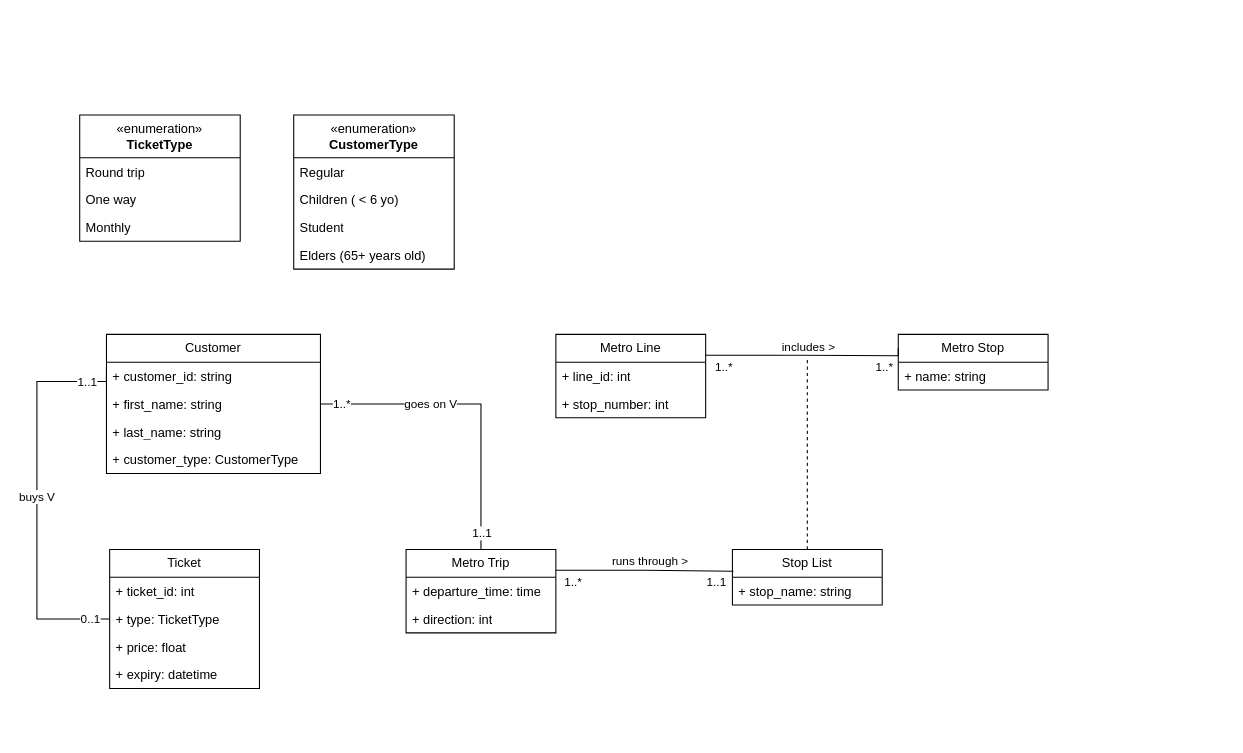
Before: page "UML" (1 of 2) of metro_project.drawio in emochivo/the_metro_project, a draw.io diagram. Source tidied: cells renumbered, new cells numbered last; positions are measured from the earlier drawing's top-left corner, leaving out a move shared by most shapes. Both pictures are drawn from the tidied source at 107%, with x=0, y=0 at pixel (36, 114).
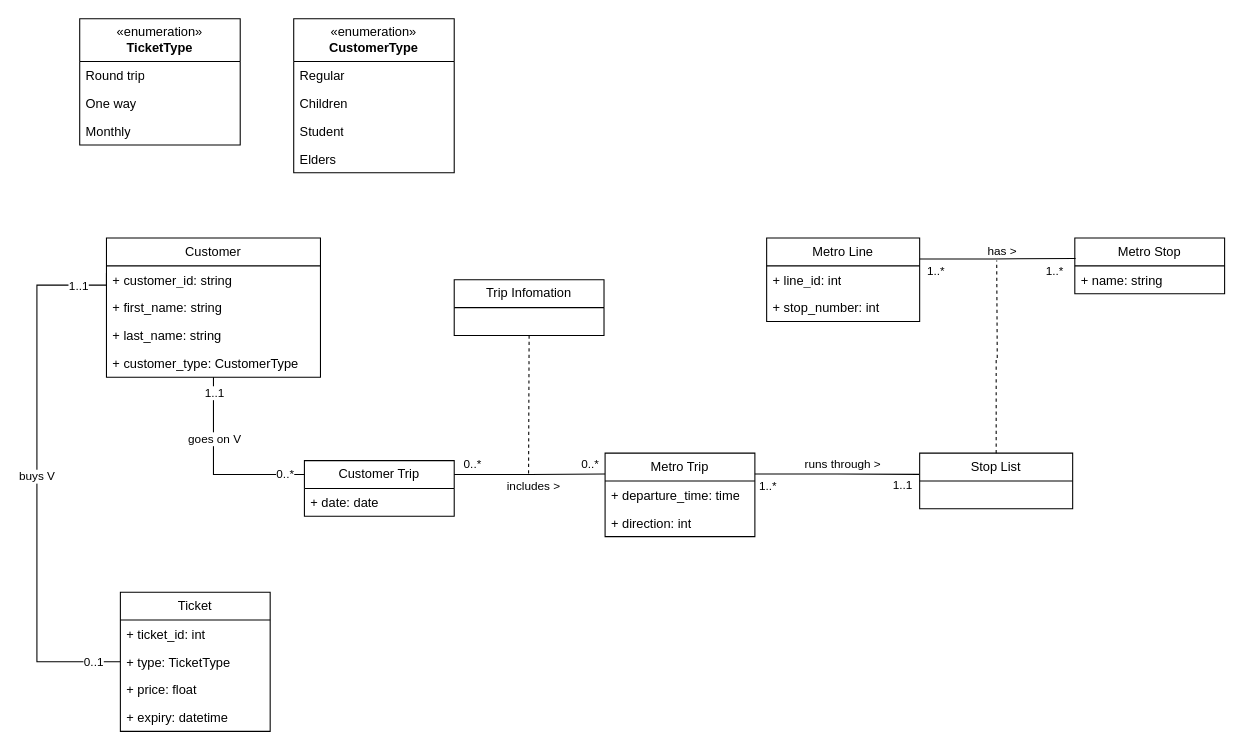
Above is the later version.

The change refers to these unchanged cells:
```xml
<mxCell id="8" value="+ first_name: string" style="text;strokeColor=none;fillColor=none;align=left;verticalAlign=top;spacingLeft=4;spacingRight=4;overflow=hidden;points=[[0,0.5],[1,0.5]];portConstraint=eastwest;whiteSpace=wrap;html=1;" parent="6" vertex="1">
  <mxGeometry y="52" width="200" height="26" as="geometry" />
</mxCell>
<mxCell id="22" value="+ type: TicketType" style="text;strokeColor=none;fillColor=none;align=left;verticalAlign=top;spacingLeft=4;spacingRight=4;overflow=hidden;points=[[0,0.5],[1,0.5]];portConstraint=eastwest;whiteSpace=wrap;html=1;" parent="20" vertex="1">
  <mxGeometry y="52" width="140" height="26" as="geometry" />
</mxCell>
```

The edit, as a diff of the source:
```diff
@@
     <mxCell id="2" style="edgeStyle=orthogonalEdgeStyle;rounded=0;jettySize=auto;html=1;exitX=0;exitY=0.25;exitDx=0;exitDy=0;entryX=0;entryY=0.5;entryDx=0;entryDy=0;endArrow=none;endFill=0;" parent="1" edge="1" source="6" target="22">
       <mxGeometry relative="1" as="geometry">
         <Array as="points">
-          <mxPoint x="65" y="249" />
-          <mxPoint y="249" />
-          <mxPoint y="471" />
+          <mxPoint x="65" y="159" />
+          <mxPoint y="159" />
+          <mxPoint y="511" />
         </Array>
       </mxGeometry>
     </mxCell>
@@
+    <mxCell id="48" style="edgeStyle=orthogonalEdgeStyle;rounded=0;jettySize=auto;html=1;exitX=0.5;exitY=1;exitDx=0;exitDy=0;entryX=0;entryY=0.25;entryDx=0;entryDy=0;endArrow=none;endFill=0;" parent="1" edge="1" source="6" target="53">
+      <mxGeometry relative="1" as="geometry" />
+    </mxCell>
+    <mxCell id="49" value="0..*" style="edgeLabel;html=1;align=center;verticalAlign=middle;" parent="48" vertex="1">
+      <mxGeometry x="0.78" y="1" relative="1" as="geometry" />
+    </mxCell>
+    <mxCell id="42" value="1..1" style="edgeLabel;html=1;align=center;verticalAlign=middle;" parent="48" vertex="1">
+      <mxGeometry x="-0.86" relative="1" as="geometry">
+        <mxPoint y="2" as="offset" />
+      </mxGeometry>
+    </mxCell>
+    <mxCell id="43" value="goes on V" style="edgeLabel;html=1;align=center;verticalAlign=middle;" parent="48" vertex="1">
+      <mxGeometry x="-0.35" relative="1" as="geometry" />
+    </mxCell>
     <mxCell id="6" value="Customer" style="swimlane;fontStyle=0;horizontal=1;startSize=26;fillColor=none;whiteSpace=wrap;html=1;" parent="1" vertex="1">
-      <mxGeometry x="65" y="205" width="200" height="130" as="geometry" />
+      <mxGeometry x="65" y="115" width="200" height="130" as="geometry" />
     </mxCell>
@@
     <mxCell id="11" value="Metro Stop" style="swimlane;fontStyle=0;horizontal=1;startSize=26;fillColor=none;whiteSpace=wrap;html=1;" parent="1" vertex="1">
-      <mxGeometry x="805" y="205" width="140" height="52" as="geometry" />
+      <mxGeometry x="970" y="115" width="140" height="52" as="geometry" />
     </mxCell>
@@
-    <mxCell id="13" style="edgeStyle=orthogonalEdgeStyle;rounded=0;jettySize=auto;html=1;exitX=1;exitY=0.25;exitDx=0;exitDy=0;endArrow=none;endFill=0;entryX=0;entryY=0.25;entryDx=0;entryDy=0;" parent="1" edge="1" source="17" target="11">
+    <mxCell id="13" style="edgeStyle=orthogonalEdgeStyle;rounded=0;jettySize=auto;html=1;exitX=1;exitY=0.25;exitDx=0;exitDy=0;endArrow=none;endFill=0;entryX=0.005;entryY=0.367;entryDx=0;entryDy=0;entryPerimeter=0;" parent="1" edge="1" source="17" target="11">
       <mxGeometry relative="1" as="geometry">
         <Array as="points">
-          <mxPoint x="716" y="225" />
-          <mxPoint x="716" y="225" />
+          <mxPoint x="893" y="135" />
         </Array>
       </mxGeometry>
     </mxCell>
-    <mxCell id="14" value="includes &amp;gt;" style="edgeLabel;html=1;align=center;verticalAlign=middle;" parent="13" vertex="1">
+    <mxCell id="14" value="has &amp;gt;" style="edgeLabel;html=1;align=center;verticalAlign=middle;" parent="13" vertex="1">
       <mxGeometry x="-0.08" relative="1" as="geometry">
         <mxPoint x="9" y="-8" as="offset" />
       </mxGeometry>
     </mxCell>
     <mxCell id="15" value="1..*" style="edgeLabel;html=1;align=center;verticalAlign=middle;" parent="13" vertex="1">
       <mxGeometry x="0.9" y="-1" relative="1" as="geometry">
-        <mxPoint x="-11" y="10" as="offset" />
+        <mxPoint x="-13" y="10" as="offset" />
       </mxGeometry>
     </mxCell>
@@
     <mxCell id="17" value="Metro Line" style="swimlane;fontStyle=0;horizontal=1;startSize=26;fillColor=none;whiteSpace=wrap;html=1;" parent="1" vertex="1">
-      <mxGeometry x="485" y="205" width="140" height="78" as="geometry" />
+      <mxGeometry x="682" y="115" width="143" height="78" as="geometry" />
     </mxCell>
     <mxCell id="18" value="+ line_id: int" style="text;strokeColor=none;fillColor=none;align=left;verticalAlign=top;spacingLeft=4;spacingRight=4;overflow=hidden;whiteSpace=wrap;html=1;" parent="17" vertex="1">
-      <mxGeometry y="26" width="140" height="26" as="geometry" />
+      <mxGeometry y="26" width="143" height="26" as="geometry" />
     </mxCell>
     <mxCell id="19" value="+ stop_number: int" style="text;strokeColor=none;fillColor=none;align=left;verticalAlign=top;spacingLeft=4;spacingRight=4;overflow=hidden;whiteSpace=wrap;html=1;" parent="17" vertex="1">
-      <mxGeometry y="52" width="140" height="26" as="geometry" />
+      <mxGeometry y="52" width="143" height="26" as="geometry" />
     </mxCell>
     <mxCell id="20" value="Ticket" style="swimlane;fontStyle=0;horizontal=1;startSize=26;fillColor=none;whiteSpace=wrap;html=1;" parent="1" vertex="1">
-      <mxGeometry x="68" y="406" width="140" height="130" as="geometry" />
+      <mxGeometry x="78" y="446" width="140" height="130" as="geometry" />
     </mxCell>
@@
     <mxCell id="25" value="«enumeration»&lt;br&gt;&lt;b&gt;CustomerType&lt;/b&gt;" style="swimlane;fontStyle=0;horizontal=1;startSize=40;fillColor=none;whiteSpace=wrap;html=1;" parent="1" vertex="1">
-      <mxGeometry x="240" width="150" height="144" as="geometry" />
+      <mxGeometry x="240" y="-90" width="150" height="144" as="geometry" />
     </mxCell>
@@
-    <mxCell id="27" value="Children ( &amp;lt; 6 yo)" style="text;strokeColor=none;fillColor=none;align=left;verticalAlign=top;spacingLeft=4;spacingRight=4;overflow=hidden;whiteSpace=wrap;html=1;" parent="25" vertex="1">
+    <mxCell id="27" value="Children&amp;nbsp;" style="text;strokeColor=none;fillColor=none;align=left;verticalAlign=top;spacingLeft=4;spacingRight=4;overflow=hidden;whiteSpace=wrap;html=1;" parent="25" vertex="1">
       <mxGeometry y="66" width="150" height="26" as="geometry" />
     </mxCell>
@@
-    <mxCell id="29" value="Elders (65+ years old)" style="text;strokeColor=none;fillColor=none;align=left;verticalAlign=top;spacingLeft=4;spacingRight=4;overflow=hidden;whiteSpace=wrap;html=1;" parent="25" vertex="1">
+    <mxCell id="29" value="Elders" style="text;strokeColor=none;fillColor=none;align=left;verticalAlign=top;spacingLeft=4;spacingRight=4;overflow=hidden;whiteSpace=wrap;html=1;" parent="25" vertex="1">
       <mxGeometry y="118" width="150" height="26" as="geometry" />
     </mxCell>
     <mxCell id="30" value="«enumeration»&lt;br&gt;&lt;b&gt;TicketType&lt;/b&gt;" style="swimlane;fontStyle=0;horizontal=1;startSize=40;fillColor=none;whiteSpace=wrap;html=1;" parent="1" vertex="1">
-      <mxGeometry x="40" width="150" height="118" as="geometry" />
+      <mxGeometry x="40" y="-90" width="150" height="118" as="geometry" />
     </mxCell>
@@
     <mxCell id="34" value="Metro Trip" style="swimlane;fontStyle=0;horizontal=1;startSize=26;fillColor=none;whiteSpace=wrap;html=1;" parent="1" vertex="1">
-      <mxGeometry x="345" y="406" width="140" height="78" as="geometry" />
+      <mxGeometry x="531" y="316" width="140" height="78" as="geometry" />
     </mxCell>
@@
     <mxCell id="37" style="edgeStyle=orthogonalEdgeStyle;rounded=0;jettySize=auto;html=1;endArrow=none;endFill=0;dashed=1;" parent="1" edge="1" source="38">
       <mxGeometry relative="1" as="geometry">
-        <mxPoint x="720" y="226" as="targetPoint" />
+        <mxPoint x="897" y="136" as="targetPoint" />
       </mxGeometry>
     </mxCell>
     <mxCell id="38" value="Stop List" style="swimlane;fontStyle=0;horizontal=1;startSize=26;fillColor=none;whiteSpace=wrap;html=1;" parent="1" vertex="1">
-      <mxGeometry x="650" y="406" width="140" height="52" as="geometry" />
+      <mxGeometry x="825" y="316" width="143" height="52" as="geometry" />
     </mxCell>
-    <mxCell id="39" value="+ stop_name: string" style="text;strokeColor=none;fillColor=none;align=left;verticalAlign=top;spacingLeft=4;spacingRight=4;overflow=hidden;whiteSpace=wrap;html=1;" parent="38" vertex="1">
-      <mxGeometry y="26" width="140" height="26" as="geometry" />
-    </mxCell>
-    <mxCell id="40" style="edgeStyle=orthogonalEdgeStyle;rounded=0;jettySize=auto;html=1;exitX=1;exitY=0.5;exitDx=0;exitDy=0;entryX=0.5;entryY=0;entryDx=0;entryDy=0;endArrow=none;endFill=0;" parent="1" edge="1" source="8" target="34">
-      <mxGeometry relative="1" as="geometry" />
-    </mxCell>
-    <mxCell id="41" value="1..*" style="edgeLabel;html=1;align=center;verticalAlign=middle;" parent="40" vertex="1">
-      <mxGeometry x="-0.87" y="1" relative="1" as="geometry" />
-    </mxCell>
-    <mxCell id="42" value="1..1" style="edgeLabel;html=1;align=center;verticalAlign=middle;" parent="40" vertex="1">
-      <mxGeometry x="0.86" relative="1" as="geometry">
-        <mxPoint y="4" as="offset" />
-      </mxGeometry>
-    </mxCell>
-    <mxCell id="43" value="goes on V" style="edgeLabel;html=1;align=center;verticalAlign=middle;" parent="40" vertex="1">
-      <mxGeometry x="-0.29" y="1" relative="1" as="geometry" />
-    </mxCell>
-    <mxCell id="44" style="edgeStyle=orthogonalEdgeStyle;rounded=0;jettySize=auto;html=1;exitX=1;exitY=0.25;exitDx=0;exitDy=0;entryX=0.007;entryY=0.392;entryDx=0;entryDy=0;entryPerimeter=0;endArrow=none;endFill=0;" parent="1" edge="1" source="34" target="38">
+    <mxCell id="44" style="edgeStyle=orthogonalEdgeStyle;rounded=0;jettySize=auto;html=1;exitX=1;exitY=0.25;exitDx=0;exitDy=0;entryX=-0.004;entryY=0.382;entryDx=0;entryDy=0;entryPerimeter=0;endArrow=none;endFill=0;" parent="1" edge="1" source="34" target="38">
       <mxGeometry relative="1" as="geometry" />
     </mxCell>
@@
     <mxCell id="46" value="1..*" style="edgeLabel;html=1;align=center;verticalAlign=middle;" parent="44" vertex="1">
       <mxGeometry x="-0.88" relative="1" as="geometry">
-        <mxPoint x="5" y="11" as="offset" />
+        <mxPoint x="2" y="11" as="offset" />
       </mxGeometry>
     </mxCell>
@@
+    <mxCell id="50" style="edgeStyle=orthogonalEdgeStyle;rounded=0;jettySize=auto;html=1;exitX=1;exitY=0.25;exitDx=0;exitDy=0;entryX=0;entryY=0.25;entryDx=0;entryDy=0;endArrow=none;endFill=0;" parent="1" edge="1" source="53" target="34">
+      <mxGeometry relative="1" as="geometry" />
+    </mxCell>
+    <mxCell id="51" value="0..*" style="edgeLabel;html=1;align=center;verticalAlign=middle;" parent="50" vertex="1">
+      <mxGeometry x="-0.78" y="-1" relative="1" as="geometry">
+        <mxPoint y="-12" as="offset" />
+      </mxGeometry>
+    </mxCell>
+    <mxCell id="52" value="0..*" style="edgeLabel;html=1;align=center;verticalAlign=middle;" parent="50" vertex="1">
+      <mxGeometry x="0.79" y="3" relative="1" as="geometry">
+        <mxPoint y="-7" as="offset" />
+      </mxGeometry>
+    </mxCell>
+    <mxCell id="53" value="Customer Trip" style="swimlane;fontStyle=0;horizontal=1;startSize=26;fillColor=none;whiteSpace=wrap;html=1;" parent="1" vertex="1">
+      <mxGeometry x="250" y="323" width="140" height="52" as="geometry" />
+    </mxCell>
+    <mxCell id="54" value="+ date: date" style="text;strokeColor=none;fillColor=none;align=left;verticalAlign=top;spacingLeft=4;spacingRight=4;overflow=hidden;whiteSpace=wrap;html=1;" parent="53" vertex="1">
+      <mxGeometry y="26" width="140" height="26" as="geometry" />
+    </mxCell>
+    <mxCell id="55" style="edgeStyle=orthogonalEdgeStyle;rounded=0;jettySize=auto;html=1;exitX=0.5;exitY=1;exitDx=0;exitDy=0;endArrow=none;endFill=0;dashed=1;" parent="1" edge="1" source="57">
+      <mxGeometry relative="1" as="geometry">
+        <mxPoint x="459.5" y="336" as="targetPoint" />
+      </mxGeometry>
+    </mxCell>
+    <mxCell id="56" value="includes &amp;gt;" style="edgeLabel;html=1;align=center;verticalAlign=middle;" parent="55" vertex="1">
+      <mxGeometry x="0.99" y="-5" relative="1" as="geometry">
+        <mxPoint x="9" y="12" as="offset" />
+      </mxGeometry>
+    </mxCell>
+    <mxCell id="57" value="Trip Infomation" style="swimlane;fontStyle=0;horizontal=1;startSize=26;fillColor=none;whiteSpace=wrap;html=1;" parent="1" vertex="1">
+      <mxGeometry x="390" y="154" width="140" height="52" as="geometry" />
+    </mxCell>
```
